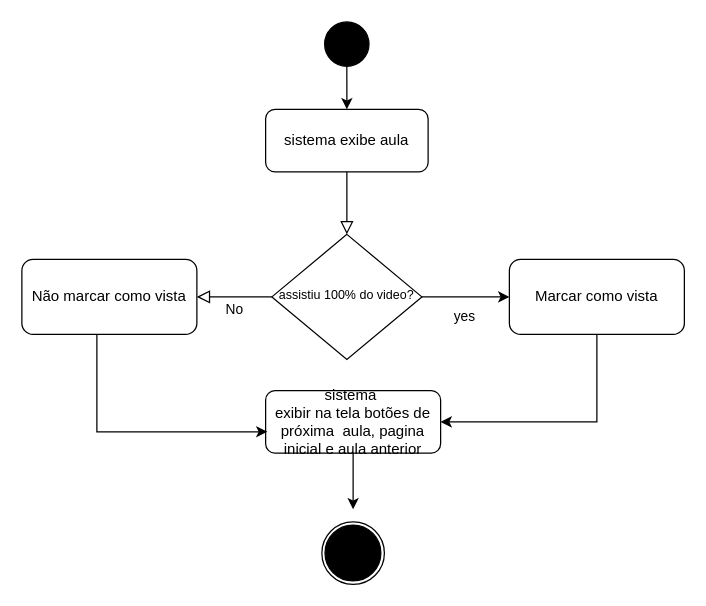
Earlier version of the draw.io diagram page "Página-2" (2 of 9) of Diagrama sem nome.drawio (devguina/CEFET-Software_Engineering). Source tidied: cells renumbered, new cells numbered last; positions are measured from the earlier drawing's top-left corner, leaving out a move shared by most shapes. Both pictures are drawn from the tidied source at 125%, with x=0, y=0 at pixel (21, 21).
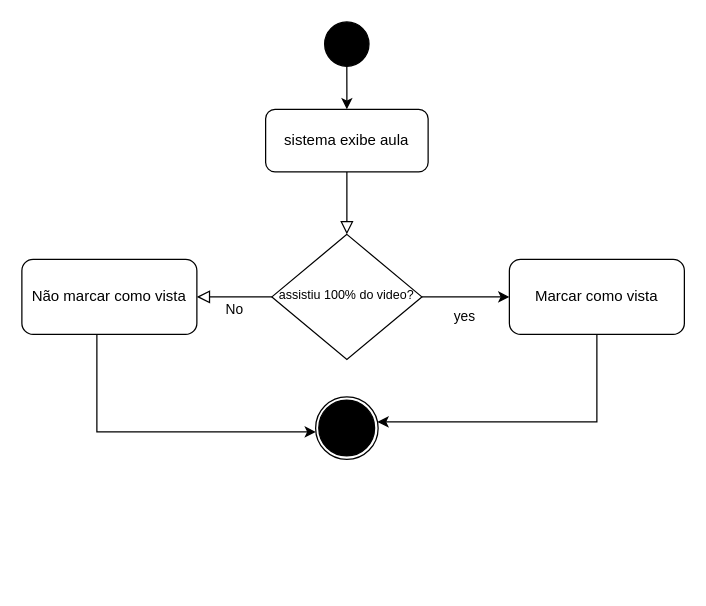
The same page after the edit.

Unchanged cells that the change refers to:
```xml
<mxCell id="8" value="Não marcar como vista" style="rounded=1;whiteSpace=wrap;html=1;fontSize=12;glass=0;strokeWidth=1;shadow=0;" parent="1" vertex="1">
  <mxGeometry y="190" width="140" height="60" as="geometry" />
</mxCell>
<mxCell id="14" value="Marcar como vista" style="rounded=1;whiteSpace=wrap;html=1;fontSize=12;glass=0;strokeWidth=1;shadow=0;" parent="1" vertex="1">
  <mxGeometry x="390" y="190" width="140" height="60" as="geometry" />
</mxCell>
<mxCell id="18" style="ellipse;shape=doubleEllipse;whiteSpace=wrap;html=1;fillColor=none;" parent="16" vertex="1">
  <mxGeometry width="50" height="50" as="geometry" />
</mxCell>
```

What changed in the source:
```diff
@@
-    <mxCell id="9" style="edgeStyle=orthogonalEdgeStyle;rounded=0;jettySize=auto;html=1;entryX=0.5;entryY=0;entryDx=0;entryDy=0;" parent="1" edge="1" source="10">
-      <mxGeometry relative="1" as="geometry">
-        <mxPoint x="265" y="390" as="targetPoint" />
-      </mxGeometry>
-    </mxCell>
-    <mxCell id="10" value="sistema&amp;nbsp;&lt;div&gt;exibir na tela botões de próxima&amp;nbsp; aula, pagina inicial e aula anterior&lt;/div&gt;" style="rounded=1;whiteSpace=wrap;html=1;fontSize=12;glass=0;strokeWidth=1;shadow=0;" parent="1" vertex="1">
-      <mxGeometry x="195" y="295" width="140" height="50" as="geometry" />
-    </mxCell>
@@
-    <mxCell id="13" style="edgeStyle=orthogonalEdgeStyle;rounded=0;jettySize=auto;html=1;entryX=1;entryY=0.5;entryDx=0;entryDy=0;" parent="1" edge="1" source="14" target="10">
+    <mxCell id="13" style="edgeStyle=orthogonalEdgeStyle;rounded=0;jettySize=auto;html=1;" parent="1" edge="1" source="14" target="18">
       <mxGeometry relative="1" as="geometry">
         <Array as="points">
           <mxPoint x="460" y="320" />
         </Array>
       </mxGeometry>
     </mxCell>
@@
-    <mxCell id="15" style="edgeStyle=orthogonalEdgeStyle;rounded=0;jettySize=auto;html=1;entryX=0.01;entryY=0.659;entryDx=0;entryDy=0;entryPerimeter=0;" parent="1" edge="1" source="8" target="10">
+    <mxCell id="15" style="edgeStyle=orthogonalEdgeStyle;rounded=0;jettySize=auto;html=1;" parent="1" edge="1" source="8" target="18">
       <mxGeometry relative="1" as="geometry">
         <Array as="points">
           <mxPoint x="60" y="328" />
         </Array>
       </mxGeometry>
     </mxCell>
     <mxCell id="16" style="group;" parent="1" vertex="1">
-      <mxGeometry x="240" y="400" width="50" height="50" as="geometry" />
+      <mxGeometry x="235" y="300" width="50" height="50" as="geometry" />
     </mxCell>
```
